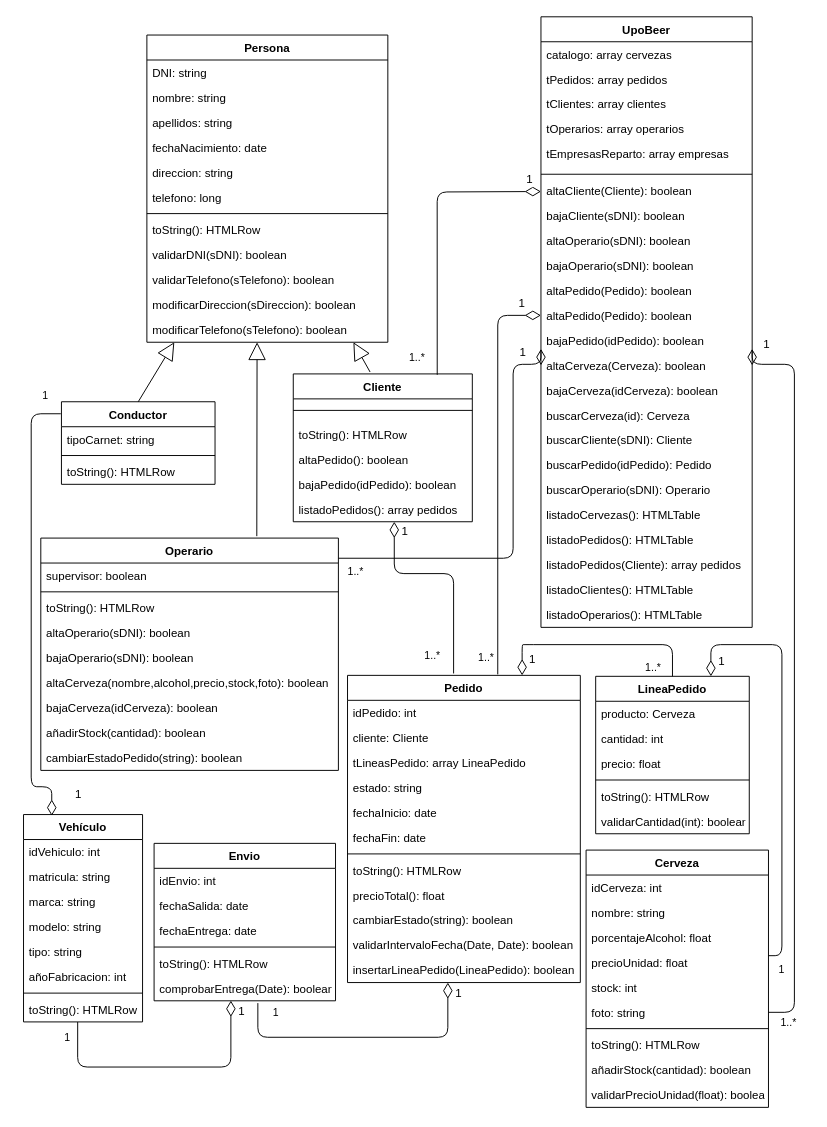
The draw.io diagram Untitled Diagram.drawio in iandreafh/UpoBeer, before the edit. Source tidied: cells renumbered, new cells numbered last; positions are measured from the earlier drawing's top-left corner, leaving out a move shared by most shapes. Both pictures are drawn from the tidied source at 96%, with x=0, y=0 at pixel (23, 16).
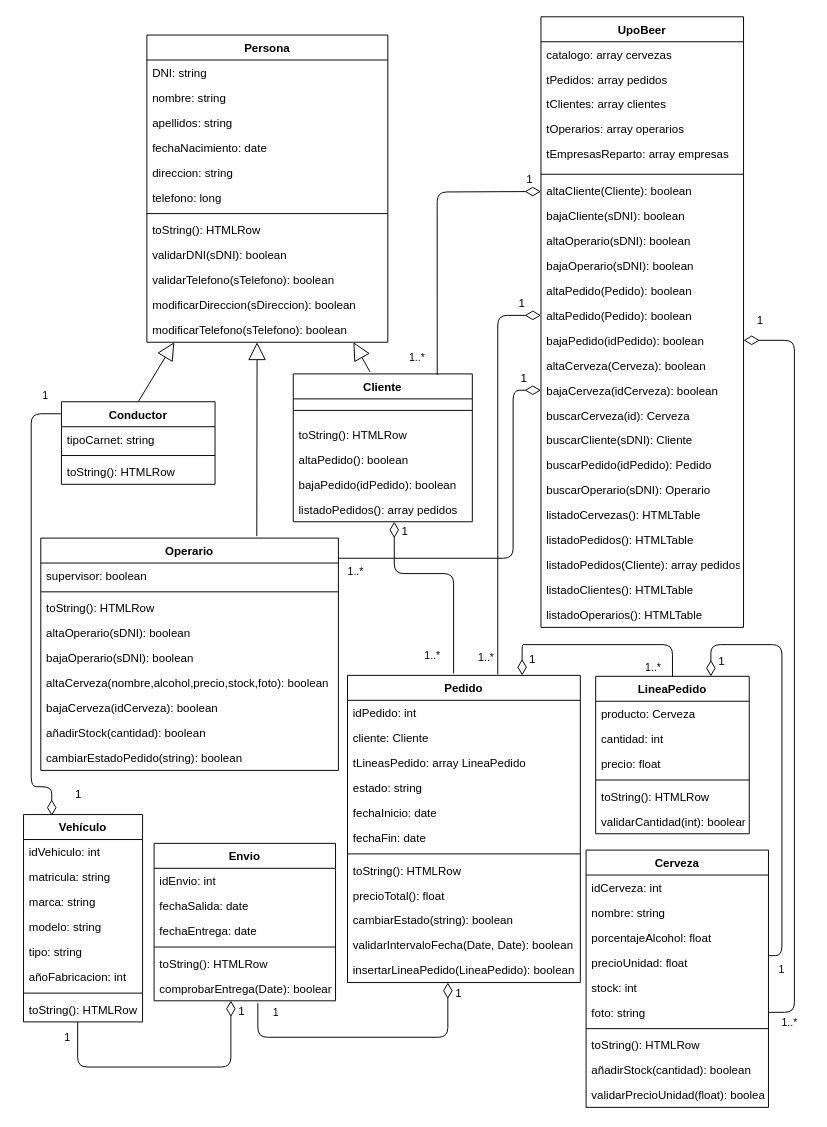
The same page after the edit.

The change refers to these unchanged cells:
```xml
<mxCell id="55" value="foto: string" style="text;strokeColor=none;fillColor=none;align=left;verticalAlign=top;spacingLeft=4;spacingRight=4;overflow=hidden;points=[[0,0.5],[1,0.5]];portConstraint=eastwest;" parent="49" vertex="1">
  <mxGeometry y="156" width="190" height="26" as="geometry" />
</mxCell>
<mxCell id="60" value="Operario" style="swimlane;fontStyle=1;align=center;verticalAlign=top;horizontal=1;startSize=26;" parent="1" vertex="1">
  <mxGeometry x="18" y="543" width="310" height="242" as="geometry" />
</mxCell>
```

Change to the diagram source:
```diff
@@
     <mxCell id="22" value="UpoBeer" style="swimlane;fontStyle=1;align=center;verticalAlign=top;horizontal=1;startSize=26;" parent="1" vertex="1">
-      <mxGeometry x="539" width="220" height="636" as="geometry" />
+      <mxGeometry x="539" width="211" height="636" as="geometry" />
     </mxCell>
     <mxCell id="23" value="catalogo: array cervezas" style="text;strokeColor=none;fillColor=none;align=left;verticalAlign=top;spacingLeft=4;spacingRight=4;overflow=hidden;" parent="22" vertex="1">
-      <mxGeometry y="26" width="220" height="26" as="geometry" />
+      <mxGeometry y="26" width="211" height="26" as="geometry" />
     </mxCell>
     <mxCell id="24" value="tPedidos: array pedidos" style="text;strokeColor=none;fillColor=none;align=left;verticalAlign=top;spacingLeft=4;spacingRight=4;overflow=hidden;" parent="22" vertex="1">
-      <mxGeometry y="52" width="220" height="26" as="geometry" />
+      <mxGeometry y="52" width="211" height="26" as="geometry" />
     </mxCell>
     <mxCell id="25" value="tClientes: array clientes" style="text;strokeColor=none;fillColor=none;align=left;verticalAlign=top;spacingLeft=4;spacingRight=4;overflow=hidden;" parent="22" vertex="1">
-      <mxGeometry y="78" width="220" height="26" as="geometry" />
+      <mxGeometry y="78" width="211" height="26" as="geometry" />
     </mxCell>
     <mxCell id="26" value="tOperarios: array operarios" style="text;strokeColor=none;fillColor=none;align=left;verticalAlign=top;spacingLeft=4;spacingRight=4;overflow=hidden;" parent="22" vertex="1">
-      <mxGeometry y="104" width="220" height="26" as="geometry" />
+      <mxGeometry y="104" width="211" height="26" as="geometry" />
     </mxCell>
     <mxCell id="27" value="tEmpresasReparto: array empresas" style="text;strokeColor=none;fillColor=none;align=left;verticalAlign=top;spacingLeft=4;spacingRight=4;overflow=hidden;" parent="22" vertex="1">
-      <mxGeometry y="130" width="220" height="30" as="geometry" />
+      <mxGeometry y="130" width="211" height="30" as="geometry" />
     </mxCell>
     <mxCell id="28" style="line;strokeWidth=1;fillColor=none;align=left;verticalAlign=middle;spacingTop=-1;spacingLeft=3;spacingRight=3;labelPosition=right;" parent="22" vertex="1">
-      <mxGeometry y="160" width="220" height="8" as="geometry" />
+      <mxGeometry y="160" width="211" height="8" as="geometry" />
     </mxCell>
     <mxCell id="29" value="altaCliente(Cliente): boolean" style="text;strokeColor=none;fillColor=none;align=left;verticalAlign=top;spacingLeft=4;spacingRight=4;overflow=hidden;" parent="22" vertex="1">
-      <mxGeometry y="168" width="220" height="26" as="geometry" />
+      <mxGeometry y="168" width="211" height="26" as="geometry" />
     </mxCell>
@@
     <mxCell id="32" value="bajaCliente(sDNI): boolean" style="text;strokeColor=none;fillColor=none;align=left;verticalAlign=top;spacingLeft=4;spacingRight=4;overflow=hidden;" parent="22" vertex="1">
-      <mxGeometry y="194" width="220" height="26" as="geometry" />
+      <mxGeometry y="194" width="211" height="26" as="geometry" />
     </mxCell>
     <mxCell id="33" value="altaOperario(sDNI): boolean" style="text;strokeColor=none;fillColor=none;align=left;verticalAlign=top;spacingLeft=4;spacingRight=4;overflow=hidden;" parent="22" vertex="1">
-      <mxGeometry y="220" width="220" height="26" as="geometry" />
+      <mxGeometry y="220" width="211" height="26" as="geometry" />
     </mxCell>
     <mxCell id="34" value="bajaOperario(sDNI): boolean" style="text;strokeColor=none;fillColor=none;align=left;verticalAlign=top;spacingLeft=4;spacingRight=4;overflow=hidden;" parent="22" vertex="1">
-      <mxGeometry y="246" width="220" height="26" as="geometry" />
+      <mxGeometry y="246" width="211" height="26" as="geometry" />
     </mxCell>
     <mxCell id="35" value="altaPedido(Pedido): boolean" style="text;strokeColor=none;fillColor=none;align=left;verticalAlign=top;spacingLeft=4;spacingRight=4;overflow=hidden;" parent="22" vertex="1">
-      <mxGeometry y="272" width="220" height="26" as="geometry" />
+      <mxGeometry y="272" width="211" height="26" as="geometry" />
     </mxCell>
     <mxCell id="36" value="altaPedido(Pedido): boolean" style="text;strokeColor=none;fillColor=none;align=left;verticalAlign=top;spacingLeft=4;spacingRight=4;overflow=hidden;points=[[0,0.5],[1,0.5]];portConstraint=eastwest;" parent="22" vertex="1">
-      <mxGeometry y="298" width="220" height="26" as="geometry" />
+      <mxGeometry y="298" width="211" height="26" as="geometry" />
     </mxCell>
     <mxCell id="37" value="bajaPedido(idPedido): boolean" style="text;strokeColor=none;fillColor=none;align=left;verticalAlign=top;spacingLeft=4;spacingRight=4;overflow=hidden;points=[[0,0.5],[1,0.5]];portConstraint=eastwest;" parent="22" vertex="1">
-      <mxGeometry y="324" width="220" height="26" as="geometry" />
+      <mxGeometry y="324" width="211" height="26" as="geometry" />
     </mxCell>
     <mxCell id="38" value="altaCerveza(Cerveza): boolean" style="text;strokeColor=none;fillColor=none;align=left;verticalAlign=top;spacingLeft=4;spacingRight=4;overflow=hidden;points=[[0,0.5],[1,0.5]];portConstraint=eastwest;" parent="22" vertex="1">
-      <mxGeometry y="350" width="220" height="26" as="geometry" />
+      <mxGeometry y="350" width="211" height="26" as="geometry" />
     </mxCell>
     <mxCell id="39" value="bajaCerveza(idCerveza): boolean" style="text;strokeColor=none;fillColor=none;align=left;verticalAlign=top;spacingLeft=4;spacingRight=4;overflow=hidden;points=[[0,0.5],[1,0.5]];portConstraint=eastwest;" parent="22" vertex="1">
-      <mxGeometry y="376" width="220" height="26" as="geometry" />
+      <mxGeometry y="376" width="211" height="26" as="geometry" />
     </mxCell>
     <mxCell id="40" value="buscarCerveza(id): Cerveza" style="text;strokeColor=none;fillColor=none;align=left;verticalAlign=top;spacingLeft=4;spacingRight=4;overflow=hidden;" parent="22" vertex="1">
-      <mxGeometry y="402" width="220" height="26" as="geometry" />
+      <mxGeometry y="402" width="211" height="26" as="geometry" />
     </mxCell>
     <mxCell id="41" value="buscarCliente(sDNI): Cliente" style="text;strokeColor=none;fillColor=none;align=left;verticalAlign=top;spacingLeft=4;spacingRight=4;overflow=hidden;" parent="22" vertex="1">
-      <mxGeometry y="428" width="220" height="26" as="geometry" />
+      <mxGeometry y="428" width="211" height="26" as="geometry" />
     </mxCell>
     <mxCell id="42" value="buscarPedido(idPedido): Pedido" style="text;strokeColor=none;fillColor=none;align=left;verticalAlign=top;spacingLeft=4;spacingRight=4;overflow=hidden;" parent="22" vertex="1">
-      <mxGeometry y="454" width="220" height="26" as="geometry" />
+      <mxGeometry y="454" width="211" height="26" as="geometry" />
     </mxCell>
     <mxCell id="43" value="buscarOperario(sDNI): Operario" style="text;strokeColor=none;fillColor=none;align=left;verticalAlign=top;spacingLeft=4;spacingRight=4;overflow=hidden;" parent="22" vertex="1">
-      <mxGeometry y="480" width="220" height="26" as="geometry" />
+      <mxGeometry y="480" width="211" height="26" as="geometry" />
     </mxCell>
     <mxCell id="44" value="listadoCervezas(): HTMLTable" style="text;strokeColor=none;fillColor=none;align=left;verticalAlign=top;spacingLeft=4;spacingRight=4;overflow=hidden;" parent="22" vertex="1">
-      <mxGeometry y="506" width="220" height="26" as="geometry" />
+      <mxGeometry y="506" width="211" height="26" as="geometry" />
     </mxCell>
     <mxCell id="45" value="listadoPedidos(): HTMLTable" style="text;strokeColor=none;fillColor=none;align=left;verticalAlign=top;spacingLeft=4;spacingRight=4;overflow=hidden;" parent="22" vertex="1">
-      <mxGeometry y="532" width="220" height="26" as="geometry" />
+      <mxGeometry y="532" width="211" height="26" as="geometry" />
     </mxCell>
     <mxCell id="46" value="listadoPedidos(Cliente): array pedidos" style="text;strokeColor=none;fillColor=none;align=left;verticalAlign=top;spacingLeft=4;spacingRight=4;overflow=hidden;" parent="22" vertex="1">
-      <mxGeometry y="558" width="220" height="26" as="geometry" />
+      <mxGeometry y="558" width="211" height="26" as="geometry" />
     </mxCell>
     <mxCell id="47" value="listadoClientes(): HTMLTable" style="text;strokeColor=none;fillColor=none;align=left;verticalAlign=top;spacingLeft=4;spacingRight=4;overflow=hidden;" parent="22" vertex="1">
-      <mxGeometry y="584" width="220" height="26" as="geometry" />
+      <mxGeometry y="584" width="211" height="26" as="geometry" />
     </mxCell>
     <mxCell id="48" value="listadoOperarios(): HTMLTable" style="text;strokeColor=none;fillColor=none;align=left;verticalAlign=top;spacingLeft=4;spacingRight=4;overflow=hidden;" parent="22" vertex="1">
-      <mxGeometry y="610" width="220" height="26" as="geometry" />
+      <mxGeometry y="610" width="211" height="26" as="geometry" />
     </mxCell>
@@
-    <mxCell id="118" value="1..*" style="endArrow=none;html=1;endSize=12;startArrow=diamondThin;startSize=14;startFill=0;edgeStyle=orthogonalEdgeStyle;align=left;verticalAlign=bottom;rounded=1;endFill=0;entryX=1;entryY=0.5;entryDx=0;entryDy=0;exitX=1;exitY=0.5;exitDx=0;exitDy=0;" parent="1" edge="1" source="38" target="55">
+    <mxCell id="118" value="1..*" style="endArrow=none;html=1;endSize=12;startArrow=diamondThin;startSize=14;startFill=0;edgeStyle=orthogonalEdgeStyle;align=left;verticalAlign=bottom;rounded=1;endFill=0;entryX=1;entryY=0.5;entryDx=0;entryDy=0;exitX=1;exitY=0.5;exitDx=0;exitDy=0;" parent="1" edge="1" source="37" target="55">
       <mxGeometry x="0.97" y="20" relative="1" as="geometry">
         <Array as="points">
-          <mxPoint x="803" y="362" />
+          <mxPoint x="803" y="337" />
           <mxPoint x="803" y="1037" />
         </Array>
       </mxGeometry>
     </mxCell>
@@
-    <mxCell id="128" value="1..*" style="endArrow=none;html=1;endSize=12;startArrow=diamondThin;startSize=14;startFill=0;edgeStyle=orthogonalEdgeStyle;align=left;verticalAlign=bottom;rounded=1;endFill=0;exitX=0;exitY=0.5;exitDx=0;exitDy=0;" parent="1" edge="1" source="38" target="60">
+    <mxCell id="128" value="1..*" style="endArrow=none;html=1;endSize=12;startArrow=diamondThin;startSize=14;startFill=0;edgeStyle=orthogonalEdgeStyle;align=left;verticalAlign=bottom;rounded=1;endFill=0;exitX=0;exitY=0.5;exitDx=0;exitDy=0;" parent="1" edge="1" source="39" target="60">
       <mxGeometry x="0.96" y="23" relative="1" as="geometry">
         <Array as="points">
-          <mxPoint x="510" y="362" />
+          <mxPoint x="510" y="389" />
           <mxPoint x="510" y="564" />
         </Array>
       </mxGeometry>
     </mxCell>
```
